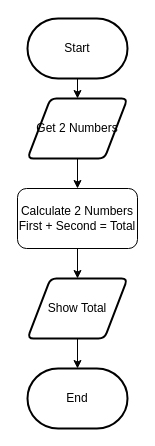
Earlier version of the draw.io diagram FlowChart.Drawio (JacksonNaufal/ICS3U-Assignment-1-Python). Source tidied: cells renumbered, new cells numbered last; positions are measured from the earlier drawing's top-left corner, leaving out a move shared by most shapes. Both pictures are drawn from the tidied source at 100%, with x=0, y=0 at pixel (17, 18).
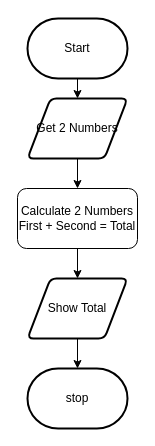
The same page after the edit.

Commit message:
FixedFlowChart(StillNotDone)

Change to the diagram source:
```diff
@@
 <mxGraphModel>
   <root>
     <mxCell id="0" />
     <mxCell id="1" parent="0" />
     <mxCell id="2" style="edgeStyle=none;html=1;" parent="1" edge="1" source="3" target="5">
       <mxGeometry relative="1" as="geometry" />
     </mxCell>
     <mxCell id="3" value="Start" style="strokeWidth=2;html=1;shape=mxgraph.flowchart.terminator;whiteSpace=wrap;" parent="1" vertex="1">
       <mxGeometry x="10" width="100" height="60" as="geometry" />
     </mxCell>
     <mxCell id="4" style="edgeStyle=none;html=1;" parent="1" edge="1" source="5" target="7">
       <mxGeometry relative="1" as="geometry" />
     </mxCell>
     <mxCell id="5" value="Get 2 Numbers" style="shape=parallelogram;html=1;strokeWidth=2;perimeter=parallelogramPerimeter;whiteSpace=wrap;rounded=1;arcSize=12;size=0.23;" parent="1" vertex="1">
       <mxGeometry x="10" y="80" width="100" height="60" as="geometry" />
     </mxCell>
     <mxCell id="6" style="edgeStyle=none;html=1;" parent="1" edge="1" source="7" target="9">
       <mxGeometry relative="1" as="geometry" />
     </mxCell>
     <mxCell id="7" value="Calculate 2 Numbers&lt;br&gt;First + Second = Total" style="rounded=1;whiteSpace=wrap;html=1;" parent="1" vertex="1">
       <mxGeometry y="170" width="120" height="60" as="geometry" />
     </mxCell>
     <mxCell id="8" style="edgeStyle=none;html=1;" parent="1" edge="1" source="9" target="10">
       <mxGeometry relative="1" as="geometry" />
     </mxCell>
     <mxCell id="9" value="Show Total" style="shape=parallelogram;html=1;strokeWidth=2;perimeter=parallelogramPerimeter;whiteSpace=wrap;rounded=1;arcSize=12;size=0.23;" parent="1" vertex="1">
       <mxGeometry x="10" y="260" width="100" height="60" as="geometry" />
     </mxCell>
-    <mxCell id="10" value="End" style="strokeWidth=2;html=1;shape=mxgraph.flowchart.terminator;whiteSpace=wrap;rounded=1;" parent="1" vertex="1">
+    <mxCell id="10" value="stop" style="strokeWidth=2;html=1;shape=mxgraph.flowchart.terminator;whiteSpace=wrap;rounded=1;" parent="1" vertex="1">
       <mxGeometry x="10" y="350" width="100" height="60" as="geometry" />
     </mxCell>
   </root>
 </mxGraphModel>
```
